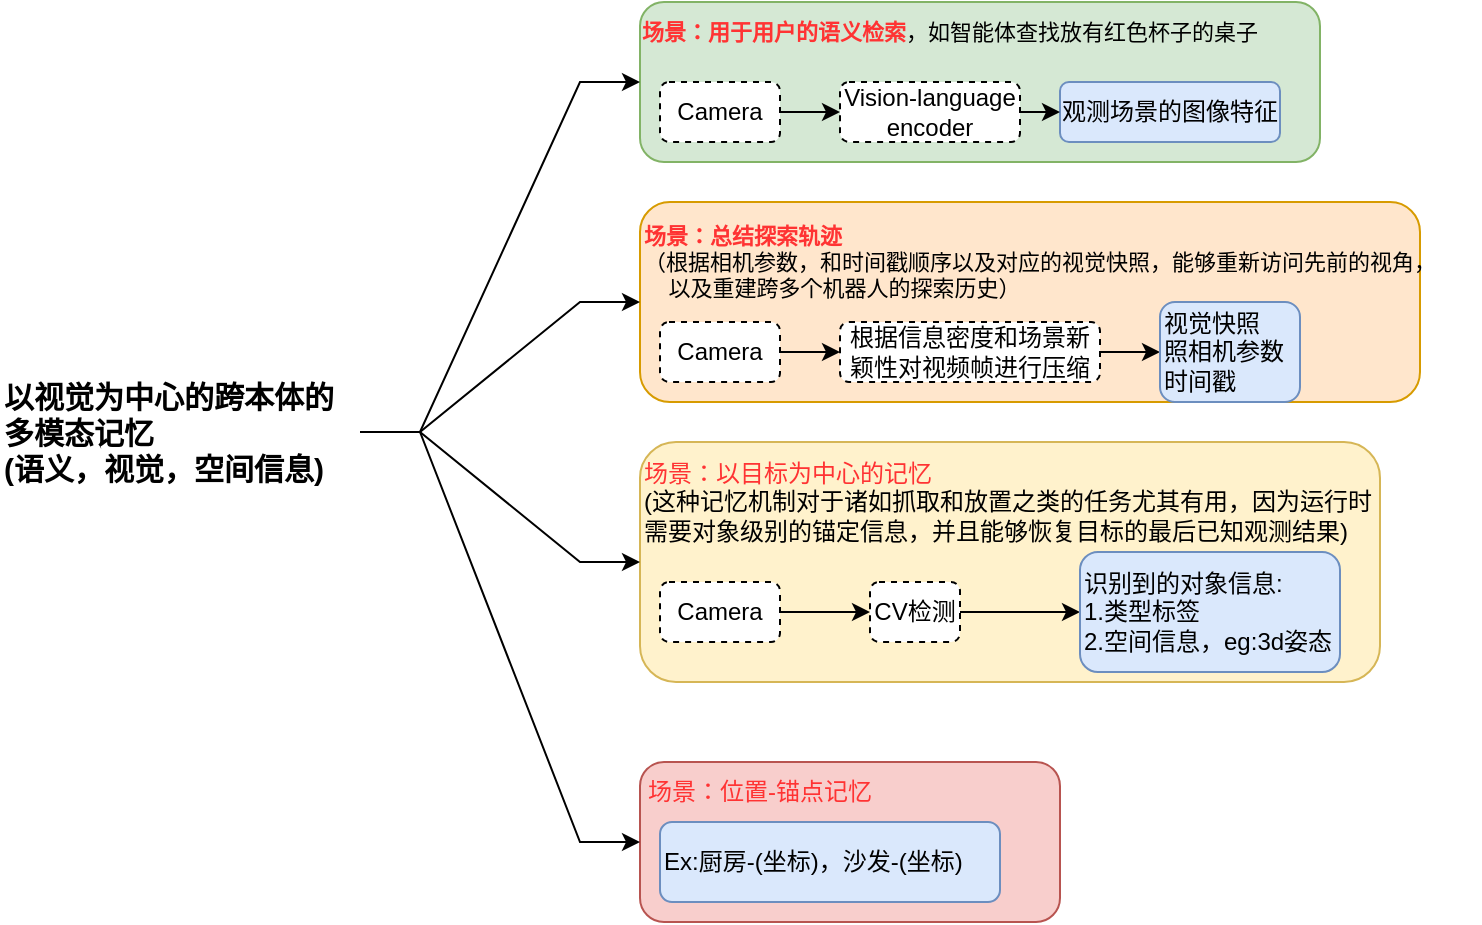
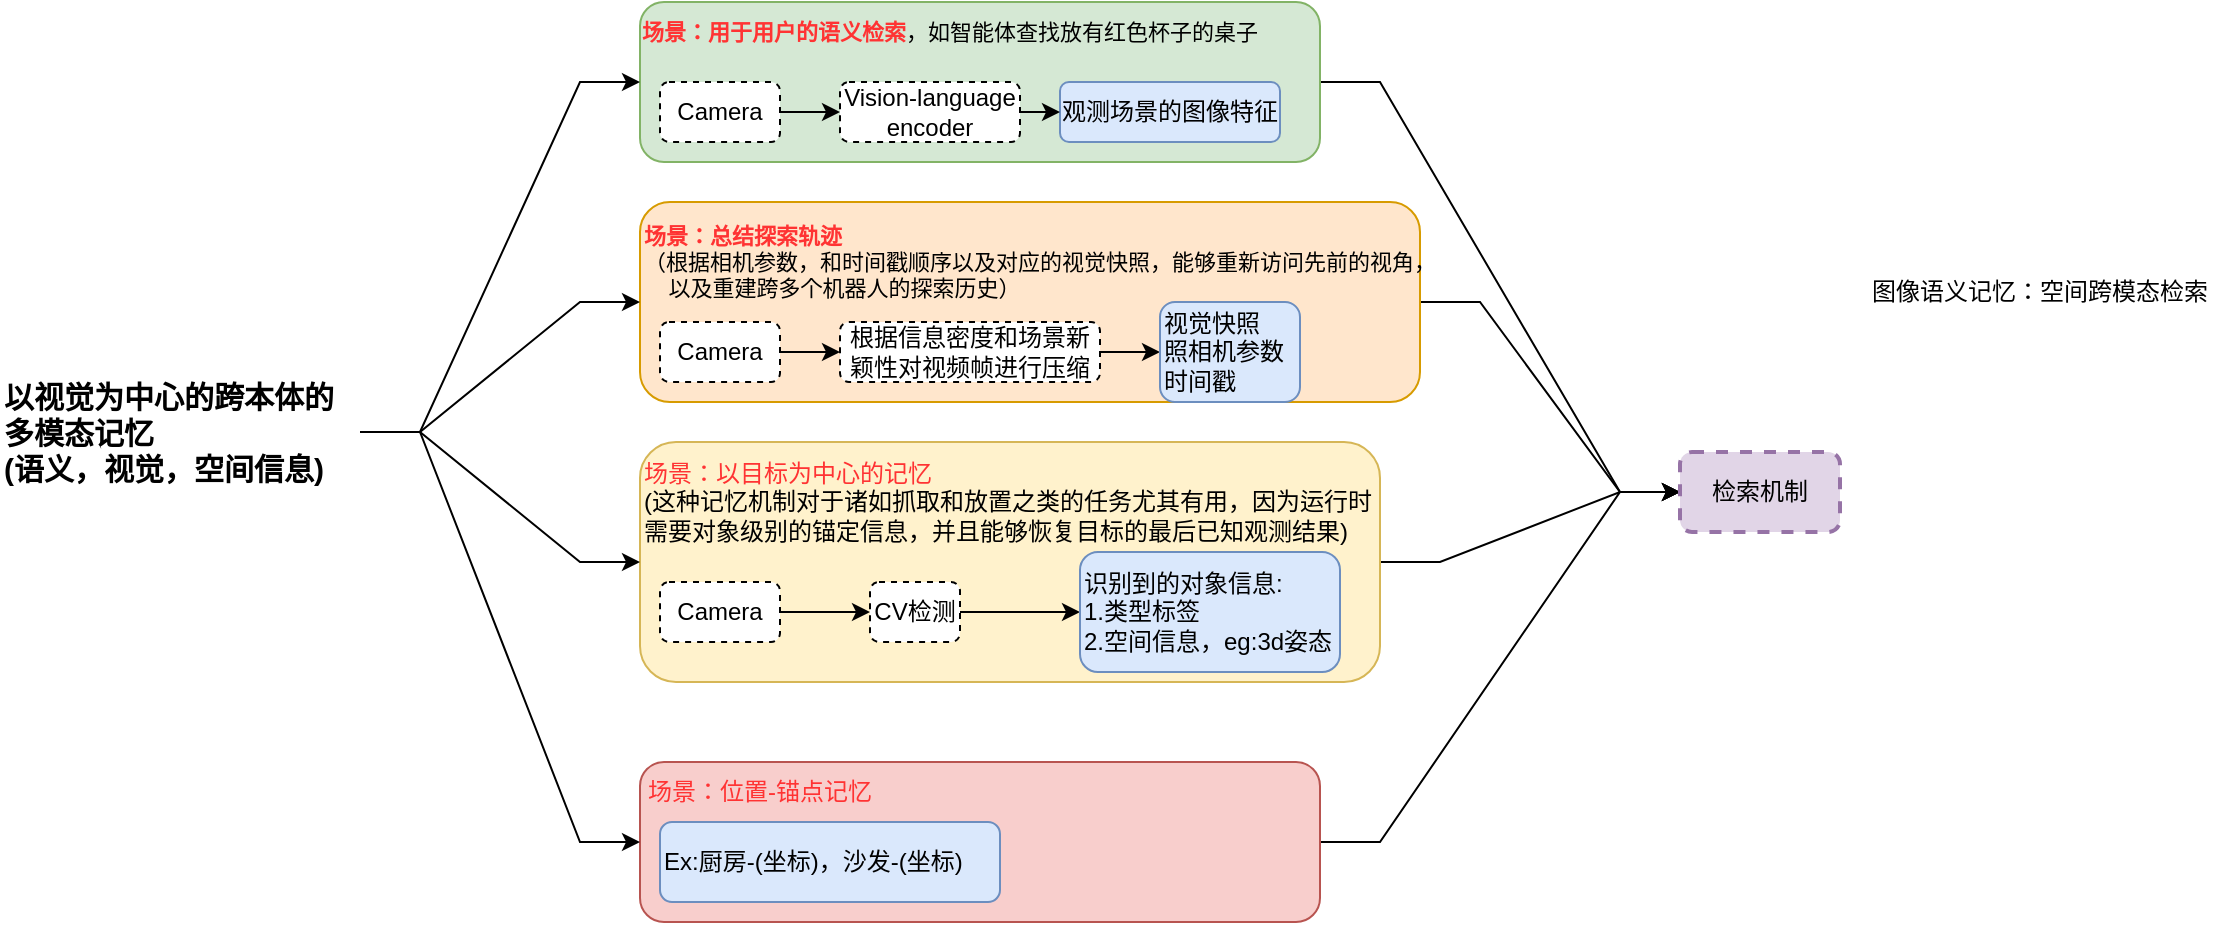
<mxfile host="app.diagrams.net">
  <diagram name="第 1 页" id="ri1UiOSOw__C7K71Jf-3">
-     <mxGraphModel dx="4347" dy="567" grid="1" gridSize="10" guides="1" tooltips="1" connect="1" arrows="1" fold="1" page="1" pageScale="1" pageWidth="3300" pageHeight="2339" math="0" shadow="0">
+     <mxGraphModel dx="4310" dy="547" grid="1" gridSize="10" guides="1" tooltips="1" connect="1" arrows="1" fold="1" page="1" pageScale="1" pageWidth="3300" pageHeight="2339" math="0" shadow="0">
      <root>
        <mxCell id="0" />
        <mxCell id="1" parent="0" />
+         <mxCell id="8uAygAgR7DF40HWwl34I-37" edge="1" parent="1" source="8uAygAgR7DF40HWwl34I-28" style="edgeStyle=entityRelationEdgeStyle;rounded=0;orthogonalLoop=1;jettySize=auto;html=1;exitX=1;exitY=0.5;exitDx=0;exitDy=0;" target="8uAygAgR7DF40HWwl34I-33">
+           <mxGeometry relative="1" as="geometry" />
+         </mxCell>
        <mxCell id="8uAygAgR7DF40HWwl34I-28" parent="1" style="rounded=1;whiteSpace=wrap;html=1;fillColor=#f8cecc;strokeColor=#b85450;" value="" vertex="1">
-           <mxGeometry height="80" width="210" x="200" y="440" as="geometry" />
+           <mxGeometry height="80" width="340" x="200" y="440" as="geometry" />
+         </mxCell>
+         <mxCell id="8uAygAgR7DF40HWwl34I-36" edge="1" parent="1" source="8uAygAgR7DF40HWwl34I-24" style="edgeStyle=entityRelationEdgeStyle;rounded=0;orthogonalLoop=1;jettySize=auto;html=1;exitX=1;exitY=0.5;exitDx=0;exitDy=0;entryX=0;entryY=0.5;entryDx=0;entryDy=0;" target="8uAygAgR7DF40HWwl34I-33">
+           <mxGeometry relative="1" as="geometry">
+             <mxPoint x="740" y="290" as="targetPoint" />
+           </mxGeometry>
        </mxCell>
        <mxCell id="8uAygAgR7DF40HWwl34I-24" parent="1" style="rounded=1;whiteSpace=wrap;html=1;fillColor=#fff2cc;strokeColor=#d6b656;" value="" vertex="1">
          <mxGeometry height="120" width="370" x="200" y="280" as="geometry" />
        </mxCell>
+         <mxCell id="8uAygAgR7DF40HWwl34I-35" edge="1" parent="1" source="8uAygAgR7DF40HWwl34I-17" style="edgeStyle=entityRelationEdgeStyle;rounded=0;orthogonalLoop=1;jettySize=auto;html=1;exitX=1;exitY=0.5;exitDx=0;exitDy=0;entryX=0;entryY=0.5;entryDx=0;entryDy=0;" target="8uAygAgR7DF40HWwl34I-33">
+           <mxGeometry relative="1" as="geometry" />
+         </mxCell>
        <mxCell id="8uAygAgR7DF40HWwl34I-17" parent="1" style="rounded=1;whiteSpace=wrap;html=1;fillColor=#ffe6cc;strokeColor=#d79b00;" value="" vertex="1">
          <mxGeometry height="100" width="390" x="200" y="160" as="geometry" />
+         </mxCell>
+         <mxCell id="8uAygAgR7DF40HWwl34I-34" edge="1" parent="1" source="8uAygAgR7DF40HWwl34I-16" style="edgeStyle=entityRelationEdgeStyle;rounded=0;orthogonalLoop=1;jettySize=auto;html=1;exitX=1;exitY=0.5;exitDx=0;exitDy=0;entryX=0;entryY=0.5;entryDx=0;entryDy=0;" target="8uAygAgR7DF40HWwl34I-33">
+           <mxGeometry relative="1" as="geometry" />
        </mxCell>
        <mxCell id="8uAygAgR7DF40HWwl34I-16" parent="1" style="rounded=1;whiteSpace=wrap;html=1;fillColor=#d5e8d4;strokeColor=#82b366;" value="" vertex="1">
          <mxGeometry height="80" width="340" x="200" y="60" as="geometry" />
        </mxCell>
        <mxCell id="8uAygAgR7DF40HWwl34I-29" edge="1" parent="1" source="8uAygAgR7DF40HWwl34I-1" style="edgeStyle=entityRelationEdgeStyle;rounded=0;orthogonalLoop=1;jettySize=auto;html=1;exitX=1;exitY=0.5;exitDx=0;exitDy=0;entryX=0;entryY=0.5;entryDx=0;entryDy=0;" target="8uAygAgR7DF40HWwl34I-16">
          <mxGeometry relative="1" as="geometry" />
        </mxCell>
        <mxCell id="8uAygAgR7DF40HWwl34I-30" edge="1" parent="1" source="8uAygAgR7DF40HWwl34I-1" style="edgeStyle=entityRelationEdgeStyle;rounded=0;orthogonalLoop=1;jettySize=auto;html=1;exitX=1;exitY=0.5;exitDx=0;exitDy=0;entryX=0;entryY=0.5;entryDx=0;entryDy=0;" target="8uAygAgR7DF40HWwl34I-28">
          <mxGeometry relative="1" as="geometry" />
        </mxCell>
        <mxCell id="8uAygAgR7DF40HWwl34I-31" edge="1" parent="1" source="8uAygAgR7DF40HWwl34I-1" style="edgeStyle=entityRelationEdgeStyle;rounded=0;orthogonalLoop=1;jettySize=auto;html=1;exitX=1;exitY=0.5;exitDx=0;exitDy=0;entryX=0;entryY=0.5;entryDx=0;entryDy=0;" target="8uAygAgR7DF40HWwl34I-17">
          <mxGeometry relative="1" as="geometry" />
        </mxCell>
        <mxCell id="8uAygAgR7DF40HWwl34I-32" edge="1" parent="1" source="8uAygAgR7DF40HWwl34I-1" style="edgeStyle=entityRelationEdgeStyle;rounded=0;orthogonalLoop=1;jettySize=auto;html=1;exitX=1;exitY=0.5;exitDx=0;exitDy=0;entryX=0;entryY=0.5;entryDx=0;entryDy=0;" target="8uAygAgR7DF40HWwl34I-24">
          <mxGeometry relative="1" as="geometry" />
        </mxCell>
        <mxCell id="8uAygAgR7DF40HWwl34I-1" parent="1" style="text;html=1;whiteSpace=wrap;strokeColor=none;fillColor=none;align=left;verticalAlign=middle;rounded=0;fontStyle=1;fontSize=15;" value="以视觉为中心的跨本体的多模态记忆&lt;br&gt;(语义，视觉，空间信息)" vertex="1">
          <mxGeometry height="30" width="180" x="-120" y="260" as="geometry" />
        </mxCell>
        <mxCell id="8uAygAgR7DF40HWwl34I-2" parent="1" style="rounded=1;whiteSpace=wrap;html=1;fillColor=#dae8fc;strokeColor=#6c8ebf;" value="观测场景的图像特征" vertex="1">
          <mxGeometry height="30" width="110" x="410" y="100" as="geometry" />
        </mxCell>
        <mxCell id="8uAygAgR7DF40HWwl34I-5" edge="1" parent="1" source="8uAygAgR7DF40HWwl34I-3" style="edgeStyle=orthogonalEdgeStyle;rounded=0;orthogonalLoop=1;jettySize=auto;html=1;exitX=1;exitY=0.5;exitDx=0;exitDy=0;entryX=0;entryY=0.5;entryDx=0;entryDy=0;" target="8uAygAgR7DF40HWwl34I-2">
          <mxGeometry relative="1" as="geometry" />
        </mxCell>
        <mxCell id="8uAygAgR7DF40HWwl34I-3" parent="1" style="rounded=1;whiteSpace=wrap;html=1;dashed=1;" value="Vision-language encoder" vertex="1">
          <mxGeometry height="30" width="90" x="300" y="100" as="geometry" />
        </mxCell>
        <mxCell id="8uAygAgR7DF40HWwl34I-6" edge="1" parent="1" source="8uAygAgR7DF40HWwl34I-4" style="edgeStyle=orthogonalEdgeStyle;rounded=0;orthogonalLoop=1;jettySize=auto;html=1;exitX=1;exitY=0.5;exitDx=0;exitDy=0;entryX=0;entryY=0.5;entryDx=0;entryDy=0;" target="8uAygAgR7DF40HWwl34I-3">
          <mxGeometry relative="1" as="geometry" />
        </mxCell>
        <mxCell id="8uAygAgR7DF40HWwl34I-4" parent="1" style="rounded=1;whiteSpace=wrap;html=1;dashed=1;" value="Camera" vertex="1">
          <mxGeometry height="30" width="60" x="210" y="100" as="geometry" />
        </mxCell>
        <mxCell id="8uAygAgR7DF40HWwl34I-7" parent="1" style="text;html=1;whiteSpace=wrap;strokeColor=none;fillColor=none;align=center;verticalAlign=middle;rounded=0;fontSize=11;" value="&lt;b&gt;&lt;font style=&quot;color: rgb(255, 51, 51);&quot;&gt;场景：用于用户的语义检索&lt;/font&gt;&lt;/b&gt;，如智能体查找放有红色杯子的桌子" vertex="1">
          <mxGeometry height="30" width="310" x="200" y="60" as="geometry" />
        </mxCell>
        <mxCell id="8uAygAgR7DF40HWwl34I-10" edge="1" parent="1" source="8uAygAgR7DF40HWwl34I-8" style="edgeStyle=orthogonalEdgeStyle;rounded=0;orthogonalLoop=1;jettySize=auto;html=1;" target="8uAygAgR7DF40HWwl34I-9" value="">
          <mxGeometry relative="1" as="geometry" />
        </mxCell>
        <mxCell id="8uAygAgR7DF40HWwl34I-8" parent="1" style="rounded=1;whiteSpace=wrap;html=1;dashed=1;" value="Camera" vertex="1">
          <mxGeometry height="30" width="60" x="210" y="220" as="geometry" />
        </mxCell>
        <mxCell id="8uAygAgR7DF40HWwl34I-14" edge="1" parent="1" source="8uAygAgR7DF40HWwl34I-9" style="edgeStyle=orthogonalEdgeStyle;rounded=0;orthogonalLoop=1;jettySize=auto;html=1;exitX=1;exitY=0.5;exitDx=0;exitDy=0;entryX=0;entryY=0.5;entryDx=0;entryDy=0;" target="8uAygAgR7DF40HWwl34I-13">
          <mxGeometry relative="1" as="geometry" />
        </mxCell>
        <mxCell id="8uAygAgR7DF40HWwl34I-9" parent="1" style="rounded=1;whiteSpace=wrap;html=1;dashed=1;" value="根据信息密度和场景新颖性对视频帧进行压缩" vertex="1">
          <mxGeometry height="30" width="130" x="300" y="220" as="geometry" />
        </mxCell>
        <mxCell id="8uAygAgR7DF40HWwl34I-11" parent="1" style="text;html=1;whiteSpace=wrap;strokeColor=none;fillColor=none;align=left;verticalAlign=middle;rounded=0;fontSize=11;" value="&lt;b&gt;&lt;font style=&quot;color: rgb(255, 51, 51);&quot;&gt;场景：总结探索轨迹&lt;/font&gt;&lt;/b&gt;&lt;br&gt;（根据相机参数，和时间戳顺序以及对应的视觉快照，能够重新访问先前的视角，&lt;br&gt;&amp;nbsp; &amp;nbsp; 以及重建跨多个机器人的探索历史）" vertex="1">
          <mxGeometry height="40" width="420" x="200" y="170" as="geometry" />
        </mxCell>
        <mxCell id="8uAygAgR7DF40HWwl34I-13" parent="1" style="rounded=1;whiteSpace=wrap;html=1;fillColor=#dae8fc;strokeColor=#6c8ebf;align=left;" value="视觉快照&lt;br&gt;&lt;span style=&quot;&quot;&gt;照相机参数&lt;/span&gt;&lt;div style=&quot;&quot;&gt;时间戳&lt;/div&gt;" vertex="1">
          <mxGeometry height="50" width="70" x="460" y="210" as="geometry" />
        </mxCell>
        <mxCell id="8uAygAgR7DF40HWwl34I-25" edge="1" parent="1" source="8uAygAgR7DF40HWwl34I-19" style="edgeStyle=orthogonalEdgeStyle;rounded=0;orthogonalLoop=1;jettySize=auto;html=1;exitX=1;exitY=0.5;exitDx=0;exitDy=0;entryX=0;entryY=0.5;entryDx=0;entryDy=0;" target="8uAygAgR7DF40HWwl34I-20">
          <mxGeometry relative="1" as="geometry" />
        </mxCell>
        <mxCell id="8uAygAgR7DF40HWwl34I-19" parent="1" style="rounded=1;whiteSpace=wrap;html=1;dashed=1;" value="Camera" vertex="1">
          <mxGeometry height="30" width="60" x="210" y="350" as="geometry" />
        </mxCell>
        <mxCell id="8uAygAgR7DF40HWwl34I-22" edge="1" parent="1" source="8uAygAgR7DF40HWwl34I-20" style="edgeStyle=orthogonalEdgeStyle;rounded=0;orthogonalLoop=1;jettySize=auto;html=1;" target="8uAygAgR7DF40HWwl34I-21" value="">
          <mxGeometry relative="1" as="geometry" />
        </mxCell>
        <mxCell id="8uAygAgR7DF40HWwl34I-20" parent="1" style="rounded=1;whiteSpace=wrap;html=1;dashed=1;" value="CV检测" vertex="1">
          <mxGeometry height="30" width="45" x="315" y="350" as="geometry" />
        </mxCell>
        <mxCell id="8uAygAgR7DF40HWwl34I-21" parent="1" style="rounded=1;whiteSpace=wrap;html=1;align=left;fillColor=#dae8fc;strokeColor=#6c8ebf;" value="识别到的对象信息:&lt;div&gt;1.类型标签&lt;br&gt;2.空间信息，eg:3d姿态&lt;/div&gt;" vertex="1">
          <mxGeometry height="60" width="130" x="420" y="335" as="geometry" />
        </mxCell>
        <mxCell id="8uAygAgR7DF40HWwl34I-23" parent="1" style="text;html=1;whiteSpace=wrap;strokeColor=none;fillColor=none;align=left;verticalAlign=middle;rounded=0;" value="&lt;font style=&quot;color: rgb(255, 51, 51);&quot;&gt;场景：以目标为中心的记忆&lt;/font&gt;&lt;br&gt;(这种记忆机制对于诸如抓取和放置之类的任务尤其有用，因为运行时需要对象级别的锚定信息，并且能够恢复目标的最后已知观测结果)" vertex="1">
          <mxGeometry height="50" width="370" x="200" y="285" as="geometry" />
        </mxCell>
        <mxCell id="8uAygAgR7DF40HWwl34I-26" parent="1" style="rounded=1;whiteSpace=wrap;html=1;align=left;fillColor=#dae8fc;strokeColor=#6c8ebf;" value="Ex:厨房-(坐标)，沙发-(坐标)" vertex="1">
          <mxGeometry height="40" width="170" x="210" y="470" as="geometry" />
        </mxCell>
        <mxCell id="8uAygAgR7DF40HWwl34I-27" parent="1" style="text;html=1;whiteSpace=wrap;strokeColor=none;fillColor=none;align=center;verticalAlign=middle;rounded=0;fontColor=#FF3333;" value="场景：&lt;span style=&quot;text-align: left;&quot;&gt;位置-锚点记忆&lt;/span&gt;" vertex="1">
          <mxGeometry height="30" width="120" x="200" y="440" as="geometry" />
        </mxCell>
+         <mxCell id="8uAygAgR7DF40HWwl34I-33" parent="1" style="rounded=1;whiteSpace=wrap;html=1;fillColor=#e1d5e7;strokeColor=#9673a6;dashed=1;strokeWidth=2;" value="检索机制" vertex="1">
+           <mxGeometry height="40" width="80" x="720" y="285" as="geometry" />
+         </mxCell>
+         <mxCell id="8uAygAgR7DF40HWwl34I-40" parent="1" style="text;html=1;whiteSpace=wrap;strokeColor=none;fillColor=none;align=center;verticalAlign=middle;rounded=0;" value="图像语义记忆：空间跨模态检索" vertex="1">
+           <mxGeometry height="30" width="180" x="810" y="190" as="geometry" />
+         </mxCell>
      </root>
    </mxGraphModel>
  </diagram>
</mxfile>
